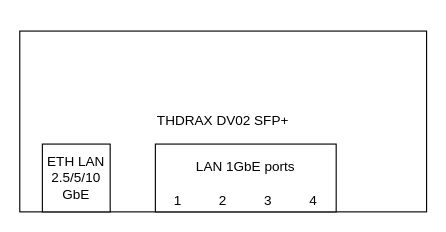
Earlier version of the draw.io diagram 10GbE.drawio (szewczj/first). Source tidied: cells renumbered, new cells numbered last; positions are measured from the earlier drawing's top-left corner, leaving out a move shared by most shapes. Both pictures are drawn from the tidied source at 113%, with x=0, y=0 at pixel (19, 31).
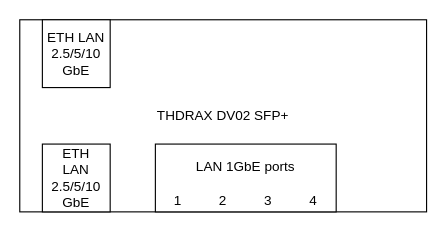
Above is the later version.

The edit, as a diff of the source:
```diff
@@
 <mxGraphModel>
   <root>
     <mxCell id="0" />
     <mxCell id="1" parent="0" />
     <mxCell id="2" value="THDRAX DV02 SFP+" style="rounded=0;whiteSpace=wrap;html=1;" parent="1" vertex="1">
-      <mxGeometry width="360" height="160" as="geometry" />
+      <mxGeometry y="-10" width="360" height="170" as="geometry" />
     </mxCell>
+    <mxCell id="11" style="rounded=0;whiteSpace=wrap;html=1;" parent="1" vertex="1">
+      <mxGeometry x="20" y="-10" width="60" height="60" as="geometry" />
+    </mxCell>
     <mxCell id="3" style="rounded=0;whiteSpace=wrap;html=1;" parent="1" vertex="1">
       <mxGeometry x="20" y="100" width="60" height="60" as="geometry" />
     </mxCell>
     <mxCell id="4" value="ETH LAN 2.5/5/10&lt;br&gt;GbE" style="text;html=1;strokeColor=none;fillColor=none;align=center;verticalAlign=middle;whiteSpace=wrap;rounded=0;" parent="1" vertex="1">
-      <mxGeometry x="20" y="100" width="60" height="60" as="geometry" />
+      <mxGeometry x="30" y="110" width="40" height="40" as="geometry" />
     </mxCell>
     <mxCell id="5" style="rounded=0;whiteSpace=wrap;html=1;" parent="1" vertex="1">
       <mxGeometry x="120" y="100" width="160" height="60" as="geometry" />
     </mxCell>
     <mxCell id="6" value="LAN 1GbE ports" style="text;html=1;strokeColor=none;fillColor=none;align=center;verticalAlign=middle;whiteSpace=wrap;rounded=0;" parent="1" vertex="1">
       <mxGeometry x="152" y="110" width="96" height="20" as="geometry" />
     </mxCell>
     <mxCell id="7" value="1" style="text;html=1;strokeColor=none;fillColor=none;align=center;verticalAlign=middle;whiteSpace=wrap;rounded=0;" parent="1" vertex="1">
       <mxGeometry x="120" y="140" width="40" height="20" as="geometry" />
     </mxCell>
     <mxCell id="8" value="2" style="text;html=1;strokeColor=none;fillColor=none;align=center;verticalAlign=middle;whiteSpace=wrap;rounded=0;" parent="1" vertex="1">
       <mxGeometry x="160" y="140" width="40" height="20" as="geometry" />
     </mxCell>
     <mxCell id="9" value="3" style="text;html=1;strokeColor=none;fillColor=none;align=center;verticalAlign=middle;whiteSpace=wrap;rounded=0;" parent="1" vertex="1">
       <mxGeometry x="200" y="140" width="40" height="20" as="geometry" />
     </mxCell>
     <mxCell id="10" value="4" style="text;html=1;strokeColor=none;fillColor=none;align=center;verticalAlign=middle;whiteSpace=wrap;rounded=0;" parent="1" vertex="1">
       <mxGeometry x="240" y="140" width="40" height="20" as="geometry" />
     </mxCell>
+    <mxCell id="12" value="ETH LAN 2.5/5/10&lt;br&gt;GbE" style="text;html=1;strokeColor=none;fillColor=none;align=center;verticalAlign=middle;whiteSpace=wrap;rounded=0;" parent="1" vertex="1">
+      <mxGeometry x="20" y="-10" width="60" height="60" as="geometry" />
+    </mxCell>
   </root>
 </mxGraphModel>
```
